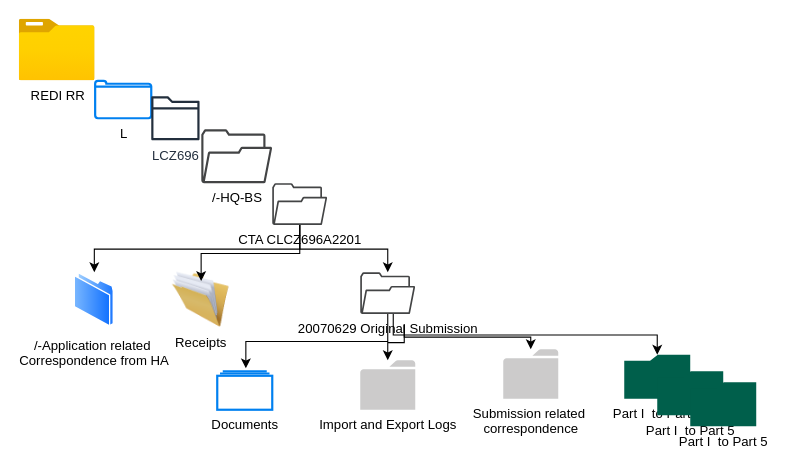
jyprincejose/chat keeps this draw.io diagram as page "Page-1" (1 of 2) of CTA.drawio. Above is the earlier version. Source tidied: cells renumbered, new cells numbered last; positions are measured from the earlier drawing's top-left corner, leaving out a move shared by most shapes. Both pictures are drawn from the tidied source at 110%, with x=0, y=0 at pixel (19, 19).
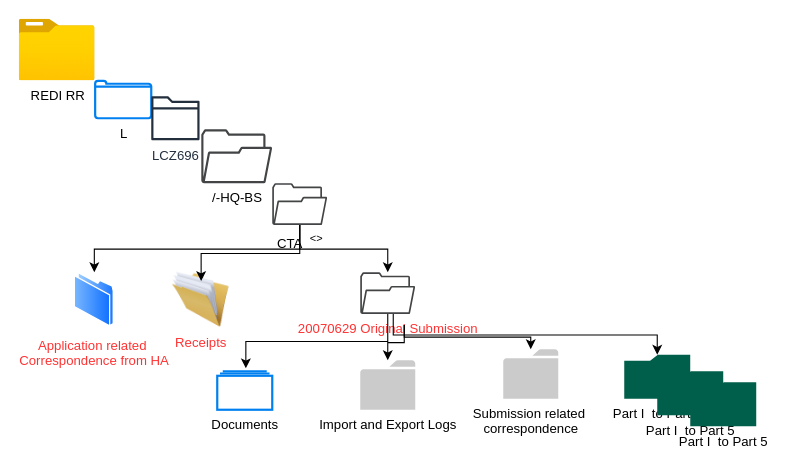
After the change.

Change to the diagram source:
```diff
@@
-    <mxCell id="7" value="CTA CLCZ696A2201" style="sketch=0;shadow=0;dashed=0;html=1;strokeColor=none;fillColor=#434445;labelPosition=center;verticalLabelPosition=bottom;verticalAlign=top;align=center;outlineConnect=0;shape=mxgraph.vvd.folder;" parent="1" vertex="1">
+    <mxCell id="7" value="CTA&amp;nbsp; &lt;sup&gt;&amp;lt;&amp;gt;&lt;/sup&gt;" style="sketch=0;shadow=0;dashed=0;html=1;strokeColor=none;fillColor=#434445;labelPosition=center;verticalLabelPosition=bottom;verticalAlign=top;align=center;outlineConnect=0;shape=mxgraph.vvd.folder;" parent="1" vertex="1">
       <mxGeometry x="230" y="149" width="50" height="38" as="geometry" />
     </mxCell>
-    <mxCell id="8" value="20070629 Original Submission" style="sketch=0;shadow=0;dashed=0;html=1;strokeColor=none;fillColor=#434445;labelPosition=center;verticalLabelPosition=bottom;verticalAlign=top;align=center;outlineConnect=0;shape=mxgraph.vvd.folder;" parent="1" vertex="1">
+    <mxCell id="8" value="&lt;font color=&quot;#ff3333&quot;&gt;20070629 Original Submission&lt;/font&gt;" style="sketch=0;shadow=0;dashed=0;html=1;strokeColor=none;fillColor=#434445;labelPosition=center;verticalLabelPosition=bottom;verticalAlign=top;align=center;outlineConnect=0;shape=mxgraph.vvd.folder;" parent="1" vertex="1">
       <mxGeometry x="310" y="230" width="50" height="38" as="geometry" />
     </mxCell>
@@
-    <mxCell id="12" value="Receipts" style="image;html=1;image=img/lib/clip_art/general/Full_Folder_128x128.png;" parent="1" vertex="1">
+    <mxCell id="12" value="&lt;font color=&quot;#ff3333&quot;&gt;Receipts&lt;/font&gt;" style="image;html=1;image=img/lib/clip_art/general/Full_Folder_128x128.png;" parent="1" vertex="1">
       <mxGeometry x="130" y="230" width="70" height="50" as="geometry" />
     </mxCell>
@@
-    <mxCell id="14" value="/-Application related&amp;nbsp;&lt;div&gt;Correspondence from HA&lt;/div&gt;" style="image;perimeter=ellipsePerimeter;html=1;align=center;shadow=0;dashed=0;spacingTop=3;image=img/lib/active_directory/folder.svg;" parent="1" vertex="1">
+    <mxCell id="14" value="&lt;font color=&quot;#ff3333&quot;&gt;Application related&amp;nbsp;&lt;/font&gt;&lt;div&gt;&lt;font color=&quot;#ff3333&quot;&gt;Correspondence from HA&lt;/font&gt;&lt;/div&gt;" style="image;perimeter=ellipsePerimeter;html=1;align=center;shadow=0;dashed=0;spacingTop=3;image=img/lib/active_directory/folder.svg;" parent="1" vertex="1">
       <mxGeometry x="50" y="230" width="36.5" height="50" as="geometry" />
     </mxCell>
```
